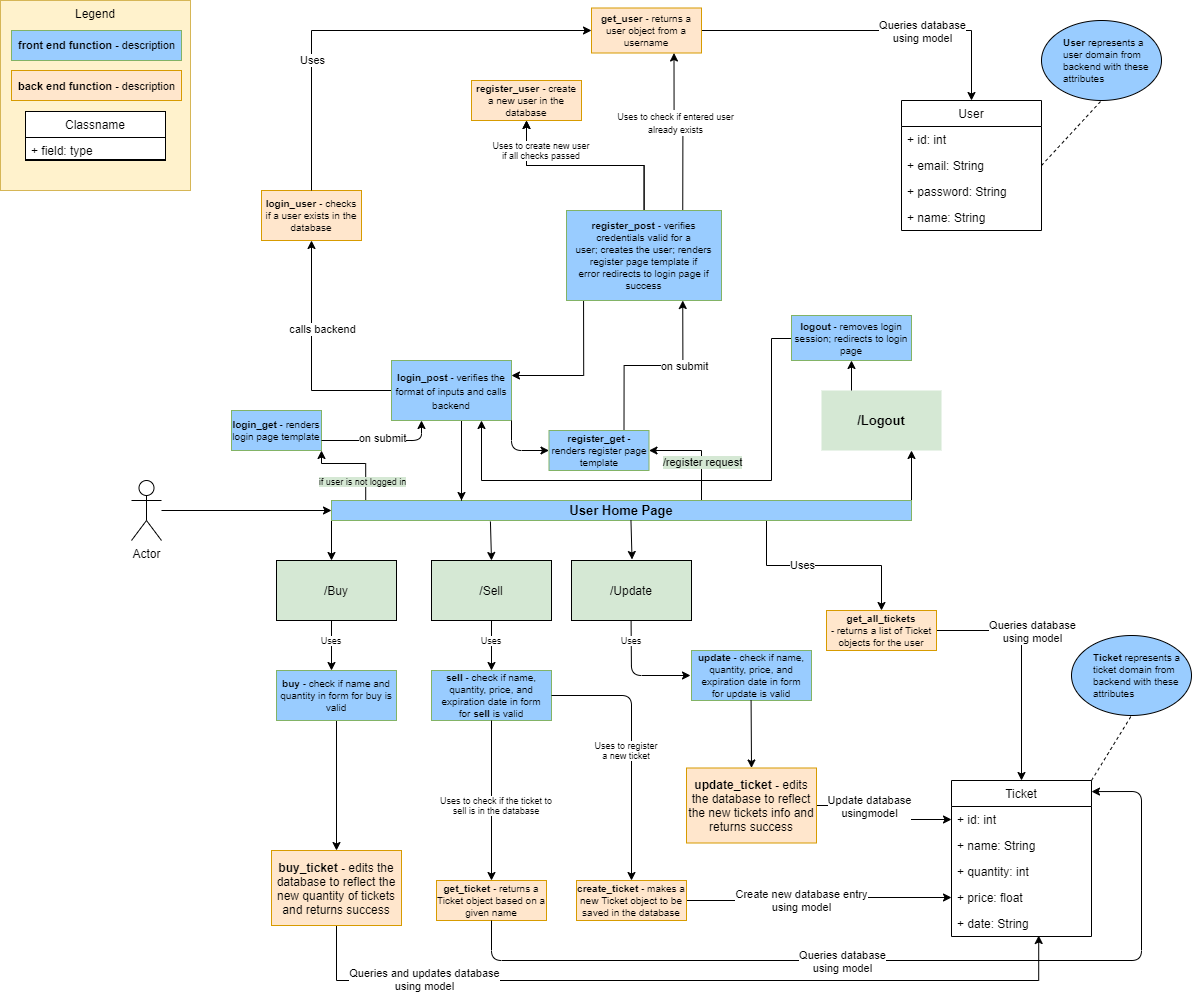
This is Design_Diagram.png from awebsters/SeetGeak-Quality-Assurance-Example, a draw.io export, as it was before one commit. Source tidied: cells renumbered, new cells last; positions are measured from the earlier drawing's top-left corner, leaving out a move shared by most shapes.
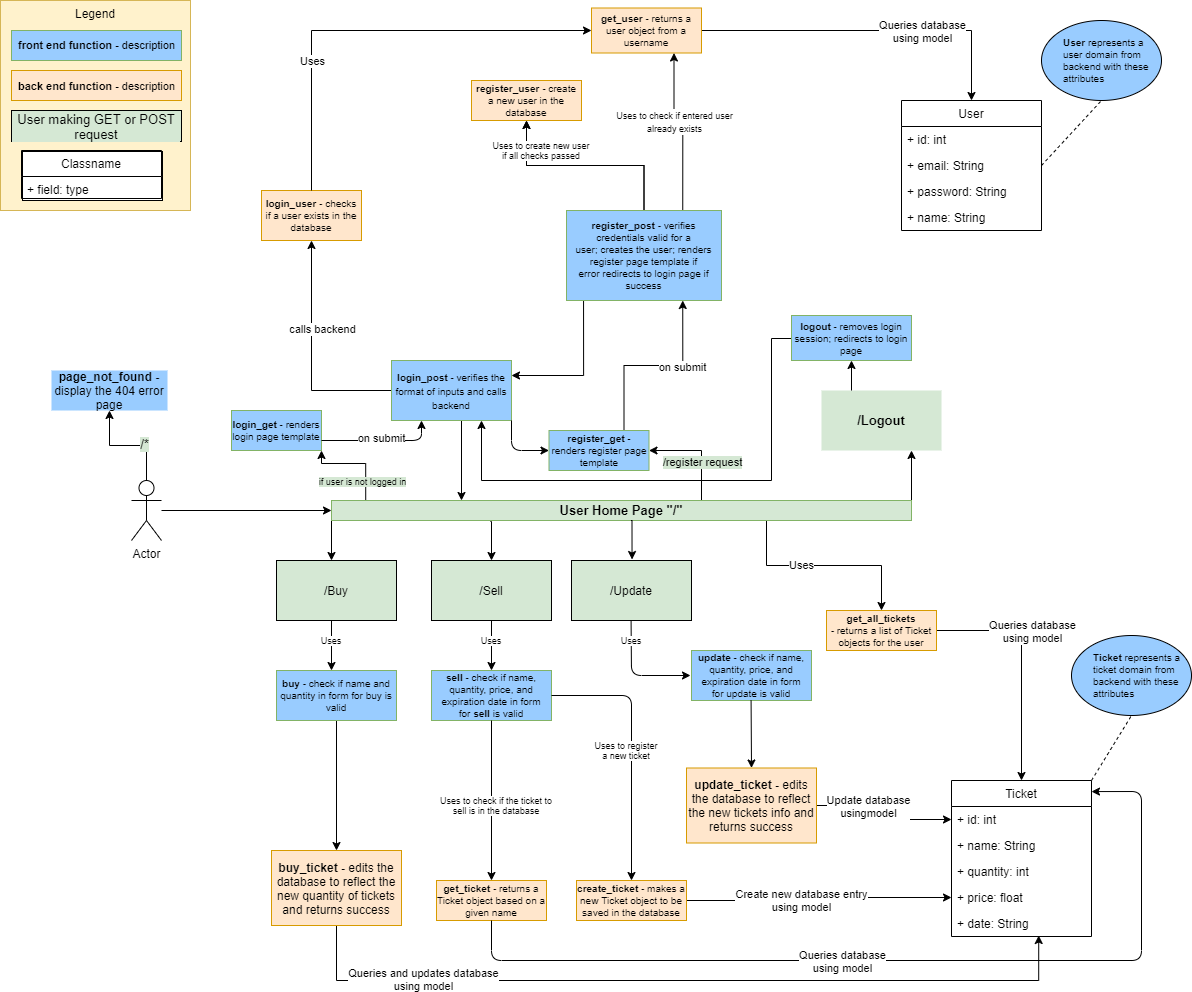
Later version of the same file.

Commit message:
better coloring to separate user getting requesting routes and just methods

What changed in the source:
```diff
@@ -3,10 +3,10 @@
     <mxCell id="0" />
     <mxCell id="1" parent="0" />
     <mxCell id="2" value="Legend" style="rounded=0;whiteSpace=wrap;html=1;fillColor=#fff2cc;strokeColor=#d6b656;verticalAlign=top;" parent="1" vertex="1">
-      <mxGeometry width="190" height="190" as="geometry" />
+      <mxGeometry width="190" height="210" as="geometry" />
     </mxCell>
     <mxCell id="3" style="html=1;" parent="1" vertex="1">
-      <mxGeometry x="25" y="111" width="140" height="49" as="geometry" />
+      <mxGeometry x="22" y="151" width="140" height="49" as="geometry" />
     </mxCell>
     <mxCell id="4" style="edgeStyle=orthogonalEdgeStyle;rounded=0;jettySize=auto;html=1;exitX=0.059;exitY=-0.025;exitDx=0;exitDy=0;entryX=1;entryY=1;entryDx=0;entryDy=0;exitPerimeter=0;" parent="1" edge="1" source="12" target="55">
       <mxGeometry relative="1" as="geometry">
@@ -44,7 +44,7 @@
     <mxCell id="11" value="Uses" style="edgeLabel;html=1;align=center;verticalAlign=middle;" parent="10" vertex="1">
       <mxGeometry x="-0.22" y="1" relative="1" as="geometry" />
     </mxCell>
-    <mxCell id="12" value="&lt;font style=&quot;font-size: 13px&quot;&gt;&lt;b&gt;User Home Page&lt;/b&gt;&lt;/font&gt;" style="rounded=0;whiteSpace=wrap;html=1;strokeColor=#82b366;fillColor=#99CCFF;" parent="1" vertex="1">
+    <mxCell id="12" value="&lt;font style=&quot;font-size: 13px&quot;&gt;&lt;b&gt;User Home Page &quot;/&quot;&lt;/b&gt;&lt;/font&gt;" style="rounded=0;whiteSpace=wrap;html=1;strokeColor=#82b366;fillColor=#d5e8d4;" parent="1" vertex="1">
       <mxGeometry x="331" y="500" width="580" height="20" as="geometry" />
     </mxCell>
     <mxCell id="13" style="edgeStyle=orthogonalEdgeStyle;rounded=0;jettySize=auto;html=1;exitX=0.75;exitY=1;exitDx=0;exitDy=0;" parent="1" edge="1" source="16">
@@ -159,7 +159,7 @@
       <mxGeometry x="11" y="70" width="170" height="30" as="geometry" />
     </mxCell>
     <mxCell id="41" value="Classname" style="swimlane;fontStyle=0;horizontal=1;startSize=26;fillColor=none;" parent="1" vertex="1">
-      <mxGeometry x="25" y="111" width="140" height="48" as="geometry" />
+      <mxGeometry x="21" y="150" width="140" height="48" as="geometry" />
     </mxCell>
     <mxCell id="42" value="+ field: type" style="text;align=left;verticalAlign=top;spacingLeft=4;spacingRight=4;overflow=hidden;fillColor=none;" parent="41" vertex="1">
       <mxGeometry y="26" width="140" height="22" as="geometry" />
@@ -185,6 +185,14 @@
     <mxCell id="49" style="edgeStyle=orthogonalEdgeStyle;rounded=0;jettySize=auto;html=1;entryX=0;entryY=0.5;entryDx=0;entryDy=0;" parent="1" edge="1" source="50" target="12">
       <mxGeometry relative="1" as="geometry" />
     </mxCell>
+    <mxCell id="100" style="edgeStyle=orthogonalEdgeStyle;rounded=0;jettySize=auto;html=1;entryX=0.5;entryY=1;entryDx=0;entryDy=0;" parent="1" edge="1" source="50" target="102">
+      <mxGeometry relative="1" as="geometry" />
+    </mxCell>
+    <mxCell id="101" value="/*" style="edgeLabel;html=1;align=center;verticalAlign=middle;fontSize=13;labelBackgroundColor=#D5E8D4;" parent="100" vertex="1">
+      <mxGeometry x="-0.35" y="3" relative="1" as="geometry">
+        <mxPoint x="-3" y="-5" as="offset" />
+      </mxGeometry>
+    </mxCell>
     <mxCell id="50" value="Actor" style="shape=umlActor;verticalLabelPosition=bottom;verticalAlign=top;html=1;outlineConnect=0;" parent="1" vertex="1">
       <mxGeometry x="131" y="480" width="30" height="60" as="geometry" />
     </mxCell>
@@ -381,5 +389,11 @@
     <mxCell id="99" value="&lt;b&gt;update_ticket - &lt;/b&gt;edits the database to reflect the new tickets info and returns success" style="rounded=0;whiteSpace=wrap;html=1;fillColor=#ffe6cc;strokeColor=#d79b00;" parent="1" vertex="1">
       <mxGeometry x="686" y="767.5" width="130" height="75" as="geometry" />
     </mxCell>
+    <mxCell id="102" value="&lt;b&gt;page_not_found - &lt;/b&gt;display the 404 error page" style="rounded=0;whiteSpace=wrap;html=1;labelBackgroundColor=none;fillColor=#99CCFF;strokeColor=none;" parent="1" vertex="1">
+      <mxGeometry x="51" y="370" width="116" height="40" as="geometry" />
+    </mxCell>
+    <mxCell id="103" value="User making GET or POST request" style="rounded=0;whiteSpace=wrap;html=1;labelBackgroundColor=#D5E8D4;fontSize=13;fillColor=#D5E8D4;" parent="1" vertex="1">
+      <mxGeometry x="11" y="110" width="170" height="31" as="geometry" />
+    </mxCell>
   </root>
 </mxGraphModel>
```
